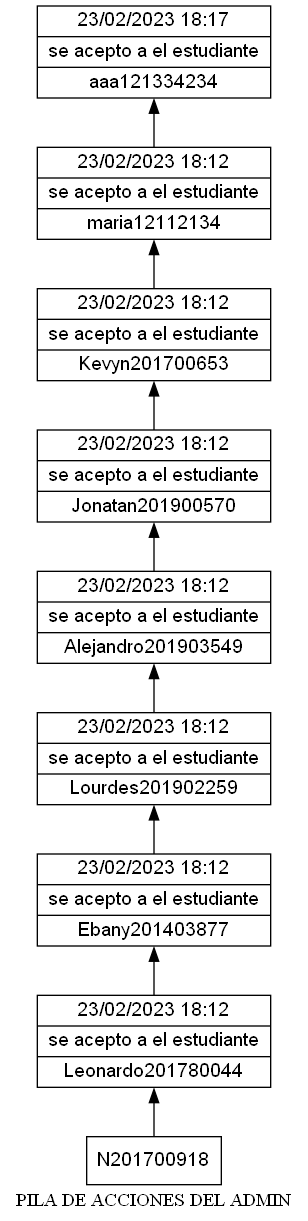
Before: EDD_Proyecto1_Fase1/pila.png, a diagram exported from Graphviz (Nahomi-Aparicio/EDD_1S2023_PY_202113293_F1). Its source is kept beside it as EDD_Proyecto1_Fase1/pila.dot.
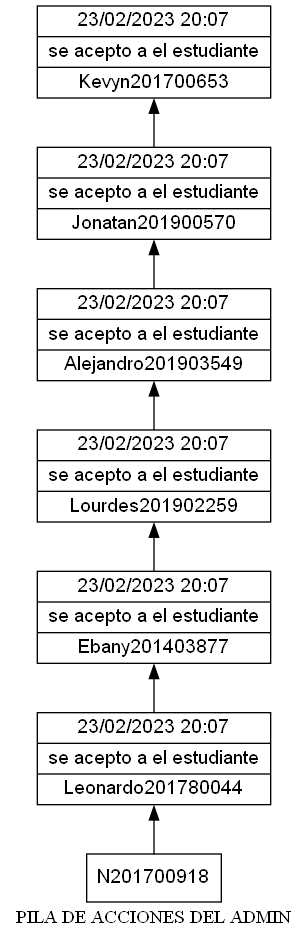
After the change.

Change to the diagram source:
```diff
@@ -3,20 +3,16 @@
 node [shape=box];
 node [shape=record fontname=Arial]
 label = "PILA DE ACCIONES DEL ADMIN";
-N121334234[label="{23/02/2023      18:17     |se acepto a el estudiante|aaa121334234}"];
-N12112134->N121334234;
-N12112134[label="{23/02/2023      18:12     |se acepto a el estudiante|maria12112134}"];
-N201700653->N12112134;
-N201700653[label="{23/02/2023      18:12     |se acepto a el estudiante|Kevyn201700653}"];
+N201700653[label="{23/02/2023      20:07     |se acepto a el estudiante|Kevyn201700653}"];
 N201900570->N201700653;
-N201900570[label="{23/02/2023      18:12     |se acepto a el estudiante|Jonatan201900570}"];
+N201900570[label="{23/02/2023      20:07     |se acepto a el estudiante|Jonatan201900570}"];
 N201903549->N201900570;
-N201903549[label="{23/02/2023      18:12     |se acepto a el estudiante|Alejandro201903549}"];
+N201903549[label="{23/02/2023      20:07     |se acepto a el estudiante|Alejandro201903549}"];
 N201902259->N201903549;
-N201902259[label="{23/02/2023      18:12     |se acepto a el estudiante|Lourdes201902259}"];
+N201902259[label="{23/02/2023      20:07     |se acepto a el estudiante|Lourdes201902259}"];
 N201403877->N201902259;
-N201403877[label="{23/02/2023      18:12     |se acepto a el estudiante|Ebany201403877}"];
+N201403877[label="{23/02/2023      20:07     |se acepto a el estudiante|Ebany201403877}"];
 N201780044->N201403877;
-N201780044[label="{23/02/2023      18:12     |se acepto a el estudiante|Leonardo201780044}"];
+N201780044[label="{23/02/2023      20:07     |se acepto a el estudiante|Leonardo201780044}"];
 N201700918->N201780044;
 }
```
